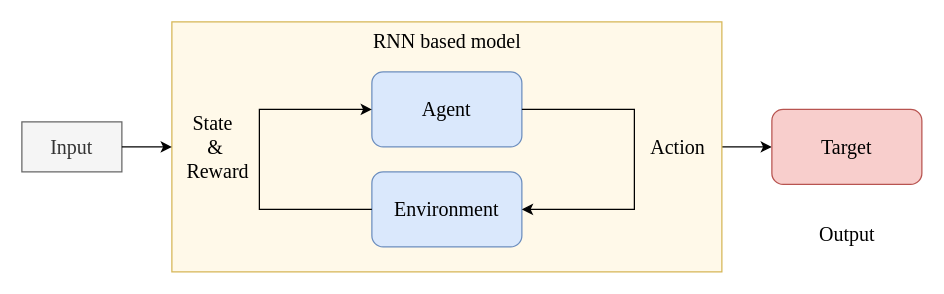
zhiyuan5986/draw_io keeps this draw.io diagram as draw/RL示意图.drawio. Above is the earlier version. Source tidied: cells renumbered, new cells numbered last; positions are measured from the earlier drawing's top-left corner, leaving out a move shared by most shapes. Both pictures are drawn from the tidied source at 125%, with x=0, y=0 at pixel (21, 21).
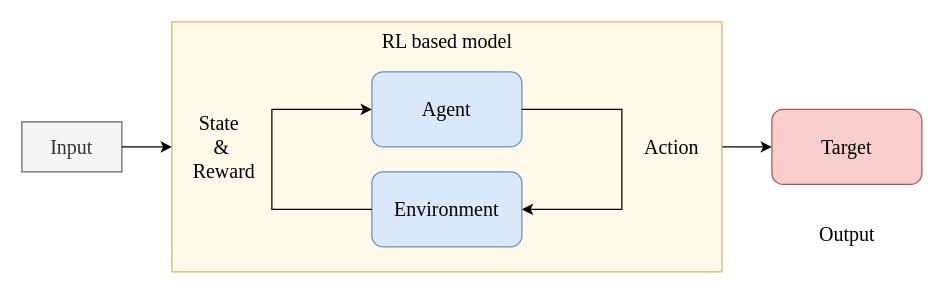
The same page after the edit.

Commit message (it also covers changes not shown here):
更新RL示意图.drawio

What changed in the source:
```diff
@@
 <mxGraphModel>
   <root>
     <mxCell id="0" />
     <mxCell id="1" parent="0" />
     <mxCell id="2" value="&lt;font style=&quot;font-size: 16px;&quot; face=&quot;Times New Roman&quot;&gt;Input&lt;/font&gt;" style="rounded=0;whiteSpace=wrap;html=1;fillColor=#f5f5f5;fontColor=#333333;strokeColor=#666666;" parent="1" vertex="1">
       <mxGeometry y="80" width="80" height="40" as="geometry" />
     </mxCell>
     <mxCell id="3" style="edgeStyle=orthogonalEdgeStyle;rounded=0;jettySize=auto;html=1;" parent="1" edge="1" source="4" target="5">
       <mxGeometry relative="1" as="geometry" />
     </mxCell>
     <mxCell id="4" style="rounded=0;whiteSpace=wrap;html=1;fillColor=#fff9e9;strokeColor=#d6b656;" parent="1" vertex="1">
       <mxGeometry x="120" width="440" height="200" as="geometry" />
     </mxCell>
     <mxCell id="5" value="&lt;font style=&quot;font-size: 16px;&quot; face=&quot;Times New Roman&quot;&gt;Target&lt;/font&gt;" style="rounded=1;whiteSpace=wrap;html=1;fillColor=#f8cecc;strokeColor=#b85450;" parent="1" vertex="1">
       <mxGeometry x="600" y="70" width="120" height="60" as="geometry" />
     </mxCell>
     <mxCell id="6" value="&lt;font style=&quot;font-size: 16px;&quot; face=&quot;Times New Roman&quot;&gt;Output&lt;/font&gt;" style="text;html=1;align=center;verticalAlign=middle;strokeColor=none;fillColor=none;" parent="1" vertex="1">
       <mxGeometry x="625" y="155" width="70" height="30" as="geometry" />
     </mxCell>
     <mxCell id="7" style="endArrow=classic;html=1;rounded=0;exitX=1;exitY=0.5;exitDx=0;exitDy=0;entryX=0;entryY=0.5;entryDx=0;entryDy=0;" parent="1" edge="1" source="2" target="4">
       <mxGeometry relative="1" as="geometry" />
     </mxCell>
-    <mxCell id="8" value="RNN based model" style="text;html=1;align=center;verticalAlign=middle;whiteSpace=wrap;rounded=0;fontFamily=Times New Roman;fontSize=16;" parent="1" vertex="1">
+    <mxCell id="8" value="RL based model" style="text;html=1;align=center;verticalAlign=middle;whiteSpace=wrap;rounded=0;fontFamily=Times New Roman;fontSize=16;" parent="1" vertex="1">
       <mxGeometry x="258.5" width="163" height="30" as="geometry" />
     </mxCell>
     <mxCell id="9" value="&lt;font style=&quot;font-size: 16px;&quot; face=&quot;Times New Roman&quot;&gt;Agent&lt;/font&gt;" style="rounded=1;whiteSpace=wrap;html=1;fillColor=#dae8fc;strokeColor=#6c8ebf;" parent="1" vertex="1">
       <mxGeometry x="280" y="40" width="120" height="60" as="geometry" />
     </mxCell>
     <mxCell id="10" value="&lt;font style=&quot;font-size: 16px;&quot; face=&quot;Times New Roman&quot;&gt;Environment&lt;/font&gt;" style="rounded=1;whiteSpace=wrap;html=1;fillColor=#dae8fc;strokeColor=#6c8ebf;" parent="1" vertex="1">
       <mxGeometry x="280" y="120" width="120" height="60" as="geometry" />
     </mxCell>
     <mxCell id="11" style="endArrow=classic;html=1;rounded=0;exitX=1;exitY=0.5;exitDx=0;exitDy=0;entryX=1;entryY=0.5;entryDx=0;entryDy=0;" parent="1" edge="1" source="9" target="10">
       <mxGeometry relative="1" as="geometry">
         <Array as="points">
-          <mxPoint x="490" y="70" />
-          <mxPoint x="490" y="150" />
+          <mxPoint x="480" y="70" />
+          <mxPoint x="480" y="150" />
         </Array>
       </mxGeometry>
     </mxCell>
     <mxCell id="12" style="endArrow=classic;html=1;rounded=0;exitX=0;exitY=0.5;exitDx=0;exitDy=0;entryX=0;entryY=0.5;entryDx=0;entryDy=0;" parent="1" edge="1" source="10" target="9">
       <mxGeometry relative="1" as="geometry">
         <Array as="points">
-          <mxPoint x="190" y="150" />
-          <mxPoint x="190" y="70" />
+          <mxPoint x="200" y="150" />
+          <mxPoint x="200" y="70" />
         </Array>
       </mxGeometry>
     </mxCell>
     <mxCell id="13" value="Action" style="text;html=1;align=center;verticalAlign=middle;whiteSpace=wrap;rounded=0;fontSize=16;fontFamily=Times New Roman;" parent="1" vertex="1">
-      <mxGeometry x="490" y="85" width="70" height="30" as="geometry" />
+      <mxGeometry x="480" y="85" width="80" height="30" as="geometry" />
     </mxCell>
     <mxCell id="14" value="State&amp;nbsp;&lt;div&gt;&amp;amp;&lt;/div&gt;&lt;div&gt;&amp;nbsp;Reward&lt;/div&gt;" style="text;html=1;align=center;verticalAlign=middle;whiteSpace=wrap;rounded=0;fontSize=16;fontFamily=Times New Roman;" parent="1" vertex="1">
-      <mxGeometry x="120" y="85" width="70" height="30" as="geometry" />
+      <mxGeometry x="120" y="85" width="80" height="30" as="geometry" />
     </mxCell>
   </root>
 </mxGraphModel>
```
